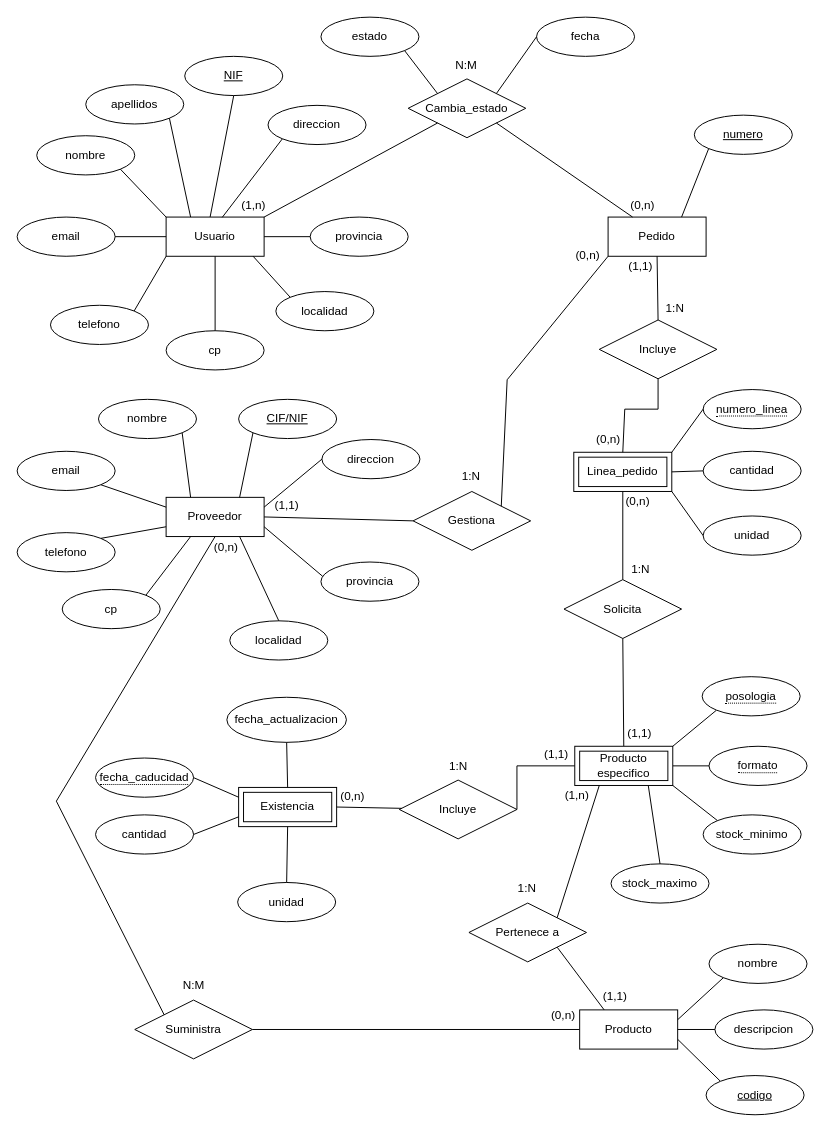
mariopr25/StockAlmacen-ER keeps this draw.io diagram as Diagrama sin título.drawio. Above is the earlier version. Source tidied: cells renumbered, new cells numbered last; positions are measured from the earlier drawing's top-left corner, leaving out a move shared by most shapes. Both pictures are drawn from the tidied source at 98%, with x=0, y=0 at pixel (17, 17).
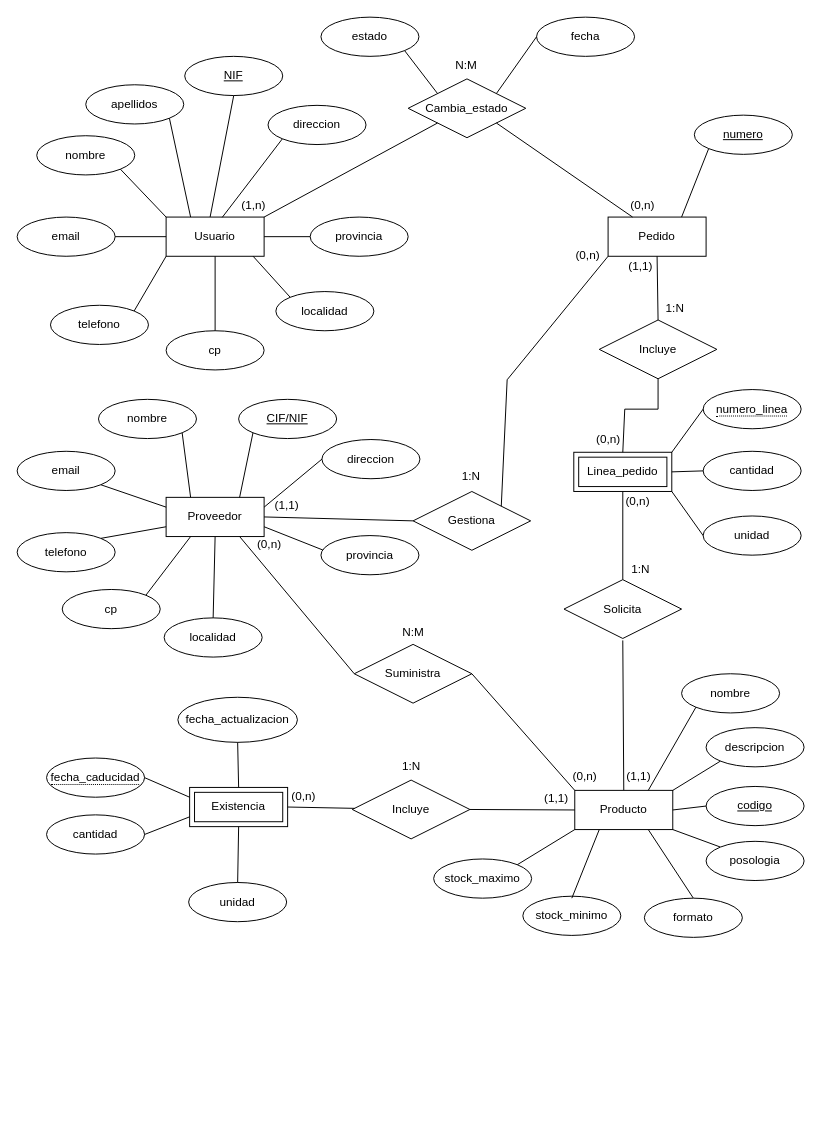
After the change.

Commit message:
Combinado Producto con Producto_especifico

The change refers to these unchanged cells:
```xml
<mxCell id="28" value="Proveedor" style="whiteSpace=wrap;html=1;align=center;" parent="1" vertex="1">
  <mxGeometry x="152" y="490" width="100" height="40" as="geometry" />
</mxCell>
<mxCell id="55" value="Solicita" style="shape=rhombus;perimeter=rhombusPerimeter;whiteSpace=wrap;html=1;align=center;" parent="1" vertex="1">
  <mxGeometry x="558" y="574" width="120" height="60" as="geometry" />
</mxCell>
```

Change to the diagram source:
```diff
@@
     <mxCell id="21" value="stock_minimo" style="ellipse;whiteSpace=wrap;html=1;align=center;" parent="1" vertex="1">
-      <mxGeometry x="700" y="814" width="100" height="40" as="geometry" />
+      <mxGeometry x="516" y="897" width="100" height="40" as="geometry" />
     </mxCell>
     <mxCell id="22" value="stock_maximo" style="ellipse;whiteSpace=wrap;html=1;align=center;" parent="1" vertex="1">
-      <mxGeometry x="606" y="864" width="100" height="40" as="geometry" />
+      <mxGeometry x="425" y="859" width="100" height="40" as="geometry" />
     </mxCell>
-    <mxCell id="23" style="endArrow=none;html=1;rounded=0;exitX=0;exitY=0;exitDx=0;exitDy=0;entryX=1;entryY=0.75;entryDx=0;entryDy=0;" parent="1" edge="1" source="115" target="103">
-      <mxGeometry relative="1" as="geometry" />
-    </mxCell>
-    <mxCell id="24" style="endArrow=none;html=1;rounded=0;exitX=0;exitY=1;exitDx=0;exitDy=0;entryX=1;entryY=0;entryDx=0;entryDy=0;" parent="1" edge="1" source="117" target="109">
+    <mxCell id="24" style="endArrow=none;html=1;rounded=0;exitX=0;exitY=0;exitDx=0;exitDy=0;entryX=1;entryY=1;entryDx=0;entryDy=0;" parent="1" edge="1" source="117" target="109">
       <mxGeometry relative="1" as="geometry" />
     </mxCell>
-    <mxCell id="25" style="endArrow=none;html=1;rounded=0;entryX=0;entryY=0.5;entryDx=0;entryDy=0;exitX=1;exitY=0.5;exitDx=0;exitDy=0;" parent="1" edge="1" source="109">
-      <mxGeometry relative="1" as="geometry">
-        <mxPoint x="706" y="764" as="targetPoint" />
-      </mxGeometry>
+    <mxCell id="25" style="endArrow=none;html=1;rounded=0;entryX=0.5;entryY=0;entryDx=0;entryDy=0;exitX=0.75;exitY=1;exitDx=0;exitDy=0;" parent="1" edge="1" source="109" target="118">
+      <mxGeometry relative="1" as="geometry" />
     </mxCell>
-    <mxCell id="26" style="endArrow=none;html=1;rounded=0;entryX=0.75;entryY=1;entryDx=0;entryDy=0;exitX=0.5;exitY=0;exitDx=0;exitDy=0;" parent="1" edge="1" source="22" target="109">
+    <mxCell id="26" style="endArrow=none;html=1;rounded=0;entryX=0;entryY=1;entryDx=0;entryDy=0;exitX=1;exitY=0;exitDx=0;exitDy=0;" parent="1" edge="1" source="22" target="109">
       <mxGeometry relative="1" as="geometry" />
     </mxCell>
-    <mxCell id="27" style="endArrow=none;html=1;rounded=0;entryX=1;entryY=1;entryDx=0;entryDy=0;exitX=0;exitY=0;exitDx=0;exitDy=0;" parent="1" edge="1" source="21" target="109">
-      <mxGeometry relative="1" as="geometry" />
+    <mxCell id="27" style="endArrow=none;html=1;rounded=0;entryX=0.25;entryY=1;entryDx=0;entryDy=0;exitX=0.5;exitY=0;exitDx=0;exitDy=0;" parent="1" edge="1" target="109">
+      <mxGeometry relative="1" as="geometry">
+        <mxPoint x="566" y="899" as="sourcePoint" />
+      </mxGeometry>
     </mxCell>
@@
     <mxCell id="31" value="provincia" style="ellipse;whiteSpace=wrap;html=1;align=center;" parent="1" vertex="1">
-      <mxGeometry x="310" y="556" width="100" height="40" as="geometry" />
+      <mxGeometry x="310" y="529" width="100" height="40" as="geometry" />
     </mxCell>
     <mxCell id="32" value="localidad" style="ellipse;whiteSpace=wrap;html=1;align=center;" parent="1" vertex="1">
-      <mxGeometry x="217" y="616" width="100" height="40" as="geometry" />
+      <mxGeometry x="150" y="613" width="100" height="40" as="geometry" />
     </mxCell>
@@
-    <mxCell id="39" style="endArrow=none;html=1;rounded=0;entryX=0.5;entryY=0;entryDx=0;entryDy=0;exitX=0.75;exitY=1;exitDx=0;exitDy=0;" parent="1" edge="1" source="28" target="32">
+    <mxCell id="39" style="endArrow=none;html=1;rounded=0;entryX=0.5;entryY=0;entryDx=0;entryDy=0;exitX=0.5;exitY=1;exitDx=0;exitDy=0;" parent="1" edge="1" source="28" target="32">
       <mxGeometry relative="1" as="geometry" />
     </mxCell>
@@
-    <mxCell id="57" style="endArrow=none;html=1;rounded=0;entryX=0.5;entryY=1;entryDx=0;entryDy=0;exitX=0.5;exitY=0;exitDx=0;exitDy=0;" parent="1" edge="1" source="109" target="55">
-      <mxGeometry relative="1" as="geometry" />
+    <mxCell id="57" style="endArrow=none;html=1;rounded=0;entryX=0.5;entryY=1;entryDx=0;entryDy=0;exitX=0.5;exitY=0;exitDx=0;exitDy=0;" parent="1" edge="1" source="109">
+      <mxGeometry relative="1" as="geometry">
+        <mxPoint x="618" y="636" as="targetPoint" />
+      </mxGeometry>
     </mxCell>
@@
     <mxCell id="60" value="Suministra" style="shape=rhombus;perimeter=rhombusPerimeter;whiteSpace=wrap;html=1;align=center;" parent="1" vertex="1">
-      <mxGeometry x="120" y="1003" width="120" height="60" as="geometry" />
+      <mxGeometry x="344" y="640" width="120" height="60" as="geometry" />
     </mxCell>
-    <mxCell id="61" style="endArrow=none;html=1;rounded=0;exitX=0.5;exitY=1;exitDx=0;exitDy=0;entryX=0;entryY=0;entryDx=0;entryDy=0;" parent="1" edge="1" source="28" target="60">
-      <mxGeometry relative="1" as="geometry">
-        <Array as="points">
-          <mxPoint x="40" y="800" />
-        </Array>
-      </mxGeometry>
-    </mxCell>
-    <mxCell id="62" style="endArrow=none;html=1;rounded=0;entryX=1;entryY=0.5;entryDx=0;entryDy=0;exitX=0;exitY=0.5;exitDx=0;exitDy=0;" parent="1" edge="1" source="103" target="60">
+    <mxCell id="62" style="endArrow=none;html=1;rounded=0;entryX=1;entryY=0.5;entryDx=0;entryDy=0;exitX=0;exitY=0;exitDx=0;exitDy=0;" parent="1" edge="1" source="109" target="60">
       <mxGeometry relative="1" as="geometry" />
     </mxCell>
@@
     <mxCell id="76" value="(1,1)" style="text;html=1;align=center;verticalAlign=middle;strokeColor=none;fillColor=none;" parent="1" vertex="1">
-      <mxGeometry x="610" y="716" width="50" height="30" as="geometry" />
+      <mxGeometry x="609" y="760" width="50" height="30" as="geometry" />
     </mxCell>
@@
     <mxCell id="79" value="(0,n)" style="text;html=1;align=center;verticalAlign=middle;strokeColor=none;fillColor=none;" parent="1" vertex="1">
-      <mxGeometry x="532" y="1004" width="50" height="30" as="geometry" />
+      <mxGeometry x="554" y="759.5" width="50" height="30" as="geometry" />
     </mxCell>
     <mxCell id="80" value="(0,n)" style="text;html=1;align=center;verticalAlign=middle;strokeColor=none;fillColor=none;" parent="1" vertex="1">
-      <mxGeometry x="188" y="526" width="50" height="30" as="geometry" />
+      <mxGeometry x="232" y="523" width="50" height="30" as="geometry" />
     </mxCell>
     <mxCell id="81" value="N:M" style="text;html=1;align=center;verticalAlign=middle;strokeColor=none;fillColor=none;" parent="1" vertex="1">
-      <mxGeometry x="155" y="973" width="50" height="30" as="geometry" />
+      <mxGeometry x="379" y="613" width="50" height="30" as="geometry" />
     </mxCell>
     <mxCell id="82" value="Existencia" style="shape=ext;margin=3;double=1;whiteSpace=wrap;html=1;align=center;" parent="1" vertex="1">
-      <mxGeometry x="226" y="786" width="100" height="40" as="geometry" />
+      <mxGeometry x="176" y="786" width="100" height="40" as="geometry" />
     </mxCell>
     <mxCell id="83" value="&lt;span style=&quot;border-bottom: 1px dotted&quot;&gt;fecha_caducidad&lt;/span&gt;" style="ellipse;whiteSpace=wrap;html=1;align=center;" parent="1" vertex="1">
-      <mxGeometry x="80" y="756" width="100" height="40" as="geometry" />
+      <mxGeometry x="30" y="756" width="100" height="40" as="geometry" />
     </mxCell>
     <mxCell id="84" value="cantidad" style="ellipse;whiteSpace=wrap;html=1;align=center;" parent="1" vertex="1">
-      <mxGeometry x="80" y="814" width="100" height="40" as="geometry" />
+      <mxGeometry x="30" y="814" width="100" height="40" as="geometry" />
     </mxCell>
@@
     <mxCell id="87" value="Incluye" style="shape=rhombus;perimeter=rhombusPerimeter;whiteSpace=wrap;html=1;align=center;" parent="1" vertex="1">
-      <mxGeometry x="390" y="778.5" width="120" height="60" as="geometry" />
+      <mxGeometry x="342" y="778.5" width="120" height="60" as="geometry" />
     </mxCell>
@@
     <mxCell id="89" value="(1,1)" style="text;html=1;align=center;verticalAlign=middle;strokeColor=none;fillColor=none;" parent="1" vertex="1">
-      <mxGeometry x="525" y="737" width="50" height="30" as="geometry" />
+      <mxGeometry x="525" y="782" width="50" height="30" as="geometry" />
     </mxCell>
     <mxCell id="90" value="(0,n)" style="text;html=1;align=center;verticalAlign=middle;strokeColor=none;fillColor=none;" parent="1" vertex="1">
-      <mxGeometry x="317" y="780" width="50" height="30" as="geometry" />
+      <mxGeometry x="267" y="780" width="50" height="30" as="geometry" />
     </mxCell>
     <mxCell id="91" value="1:N" style="text;html=1;align=center;verticalAlign=middle;strokeColor=none;fillColor=none;" parent="1" vertex="1">
-      <mxGeometry x="430" y="749.5" width="40" height="30" as="geometry" />
+      <mxGeometry x="382" y="749.5" width="40" height="30" as="geometry" />
     </mxCell>
     <mxCell id="92" value="fecha_actualizacion" style="ellipse;whiteSpace=wrap;html=1;align=center;" parent="1" vertex="1">
-      <mxGeometry x="214" y="694" width="122" height="46" as="geometry" />
+      <mxGeometry x="164" y="694" width="122" height="46" as="geometry" />
     </mxCell>
@@
     <mxCell id="99" value="unidad" style="ellipse;whiteSpace=wrap;html=1;align=center;" parent="1" vertex="1">
-      <mxGeometry x="225" y="883" width="100" height="40" as="geometry" />
+      <mxGeometry x="175" y="883" width="100" height="40" as="geometry" />
     </mxCell>
@@
-    <mxCell id="103" value="Producto" style="whiteSpace=wrap;html=1;align=center;" parent="1" vertex="1">
-      <mxGeometry x="574" y="1013" width="100" height="40" as="geometry" />
-    </mxCell>
-    <mxCell id="104" value="nombre" style="ellipse;whiteSpace=wrap;html=1;align=center;" parent="1" vertex="1">
-      <mxGeometry x="706" y="946" width="100" height="40" as="geometry" />
-    </mxCell>
-    <mxCell id="105" value="descripcion" style="ellipse;whiteSpace=wrap;html=1;align=center;" parent="1" vertex="1">
-      <mxGeometry x="712" y="1013" width="100" height="40" as="geometry" />
-    </mxCell>
-    <mxCell id="106" style="endArrow=none;html=1;rounded=0;exitX=0;exitY=1;exitDx=0;exitDy=0;entryX=1;entryY=0.25;entryDx=0;entryDy=0;" parent="1" edge="1" source="104" target="103">
-      <mxGeometry relative="1" as="geometry" />
-    </mxCell>
-    <mxCell id="107" style="endArrow=none;html=1;rounded=0;entryX=0;entryY=0.5;entryDx=0;entryDy=0;exitX=1;exitY=0.5;exitDx=0;exitDy=0;" parent="1" edge="1" source="103" target="105">
-      <mxGeometry relative="1" as="geometry" />
-    </mxCell>
-    <mxCell id="108" value="(1,1)" style="text;html=1;align=center;verticalAlign=middle;strokeColor=none;fillColor=none;" parent="1" vertex="1">
-      <mxGeometry x="585" y="984" width="50" height="30" as="geometry" />
-    </mxCell>
-    <mxCell id="109" value="Producto especifico" style="shape=ext;margin=3;double=1;whiteSpace=wrap;html=1;align=center;" parent="1" vertex="1">
-      <mxGeometry x="569" y="744" width="100" height="40" as="geometry" />
+    <mxCell id="109" value="Producto" style="shape=ext;margin=3;double=0;whiteSpace=wrap;html=1;align=center;" parent="1" vertex="1">
+      <mxGeometry x="569" y="789" width="100" height="40" as="geometry" />
     </mxCell>
-    <mxCell id="110" value="Pertenece a" style="shape=rhombus;perimeter=rhombusPerimeter;whiteSpace=wrap;html=1;align=center;" parent="1" vertex="1">
-      <mxGeometry x="461" y="904" width="120" height="60" as="geometry" />
-    </mxCell>
-    <mxCell id="111" style="endArrow=none;html=1;rounded=0;exitX=1;exitY=1;exitDx=0;exitDy=0;entryX=0.25;entryY=0;entryDx=0;entryDy=0;" parent="1" edge="1" source="110" target="103">
-      <mxGeometry relative="1" as="geometry" />
-    </mxCell>
-    <mxCell id="112" style="endArrow=none;html=1;rounded=0;exitX=1;exitY=0;exitDx=0;exitDy=0;entryX=0.25;entryY=1;entryDx=0;entryDy=0;" parent="1" edge="1" source="110" target="109">
-      <mxGeometry relative="1" as="geometry" />
-    </mxCell>
-    <mxCell id="113" value="(1,n)" style="text;html=1;align=center;verticalAlign=middle;strokeColor=none;fillColor=none;" parent="1" vertex="1">
-      <mxGeometry x="546" y="779" width="50" height="30" as="geometry" />
-    </mxCell>
-    <mxCell id="114" value="1:N" style="text;html=1;align=center;verticalAlign=middle;strokeColor=none;fillColor=none;" parent="1" vertex="1">
-      <mxGeometry x="500" y="874" width="40" height="30" as="geometry" />
-    </mxCell>
-    <mxCell id="115" value="&lt;u&gt;codigo&lt;/u&gt;" style="ellipse;whiteSpace=wrap;html=1;align=center;" parent="1" vertex="1">
-      <mxGeometry x="703" y="1080" width="100" height="40" as="geometry" />
-    </mxCell>
     <mxCell id="116" style="endArrow=none;html=1;rounded=0;exitX=0;exitY=0.5;exitDx=0;exitDy=0;entryX=1;entryY=0.5;entryDx=0;entryDy=0;" parent="1" edge="1" source="109" target="87">
-      <mxGeometry relative="1" as="geometry">
-        <Array as="points">
-          <mxPoint x="510" y="764" />
-        </Array>
-      </mxGeometry>
+      <mxGeometry relative="1" as="geometry" />
     </mxCell>
-    <mxCell id="117" value="&lt;span style=&quot;border-bottom: 1px dotted&quot;&gt;posologia&lt;br&gt;&lt;/span&gt;" style="ellipse;whiteSpace=wrap;html=1;align=center;" parent="1" vertex="1">
-      <mxGeometry x="699" y="673" width="100" height="40" as="geometry" />
+    <mxCell id="117" value="posologia" style="ellipse;whiteSpace=wrap;html=1;align=center;" parent="1" vertex="1">
+      <mxGeometry x="703" y="841" width="100" height="40" as="geometry" />
     </mxCell>
-    <mxCell id="118" value="&lt;span style=&quot;border-bottom: 1px dotted&quot;&gt;formato&lt;/span&gt;" style="ellipse;whiteSpace=wrap;html=1;align=center;" parent="1" vertex="1">
-      <mxGeometry x="706" y="744" width="100" height="40" as="geometry" />
+    <mxCell id="118" value="formato" style="ellipse;whiteSpace=wrap;html=1;align=center;" parent="1" vertex="1">
+      <mxGeometry x="640" y="899" width="100" height="40" as="geometry" />
     </mxCell>
+    <mxCell id="104" value="nombre" style="ellipse;whiteSpace=wrap;html=1;align=center;" parent="1" vertex="1">
+      <mxGeometry x="678" y="670" width="100" height="40" as="geometry" />
+    </mxCell>
+    <mxCell id="105" value="descripcion" style="ellipse;whiteSpace=wrap;html=1;align=center;" parent="1" vertex="1">
+      <mxGeometry x="703" y="725" width="100" height="40" as="geometry" />
+    </mxCell>
+    <mxCell id="115" value="&lt;u&gt;codigo&lt;/u&gt;" style="ellipse;whiteSpace=wrap;html=1;align=center;" parent="1" vertex="1">
+      <mxGeometry x="703" y="785" width="100" height="40" as="geometry" />
+    </mxCell>
+    <mxCell id="61" style="endArrow=none;html=1;rounded=0;exitX=0.75;exitY=1;exitDx=0;exitDy=0;entryX=0;entryY=0.5;entryDx=0;entryDy=0;" parent="1" edge="1" source="28" target="60">
+      <mxGeometry relative="1" as="geometry" />
+    </mxCell>
+    <mxCell id="119" style="endArrow=none;html=1;rounded=0;entryX=0;entryY=0.5;entryDx=0;entryDy=0;exitX=1;exitY=0.5;exitDx=0;exitDy=0;" parent="1" edge="1" source="109" target="115">
+      <mxGeometry relative="1" as="geometry" />
+    </mxCell>
+    <mxCell id="120" style="endArrow=none;html=1;rounded=0;entryX=0;entryY=1;entryDx=0;entryDy=0;exitX=1;exitY=0;exitDx=0;exitDy=0;" parent="1" edge="1" source="109" target="105">
+      <mxGeometry relative="1" as="geometry" />
+    </mxCell>
+    <mxCell id="121" style="endArrow=none;html=1;rounded=0;entryX=0;entryY=1;entryDx=0;entryDy=0;exitX=0.75;exitY=0;exitDx=0;exitDy=0;" parent="1" edge="1" source="109" target="104">
+      <mxGeometry relative="1" as="geometry" />
+    </mxCell>
```
